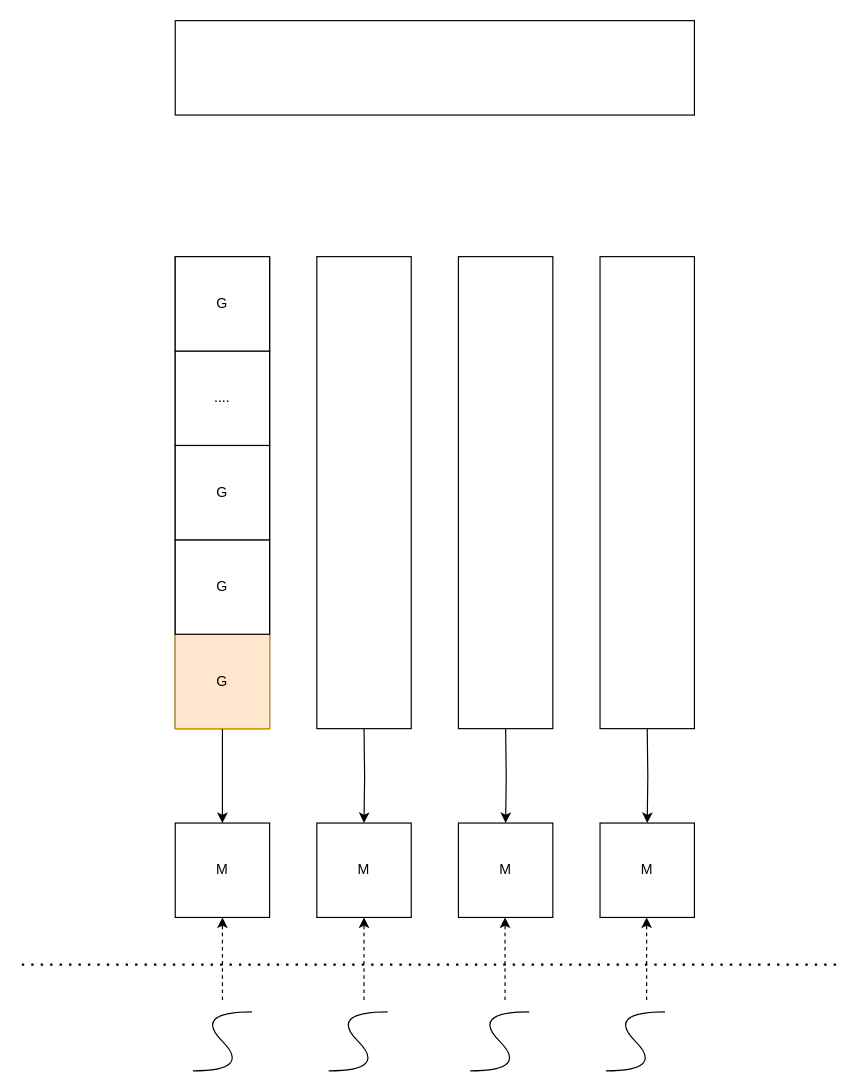
Above: page "gpm" (2 of 2) of go.drawio in lovercode/drawio (draw.io), before the change. Source tidied: cells renumbered, new cells numbered last; positions are measured from the earlier drawing's top-left corner, leaving out a move shared by most shapes. Both pictures are drawn from the tidied source at 118%, with x=0, y=0 at pixel (21, 20).
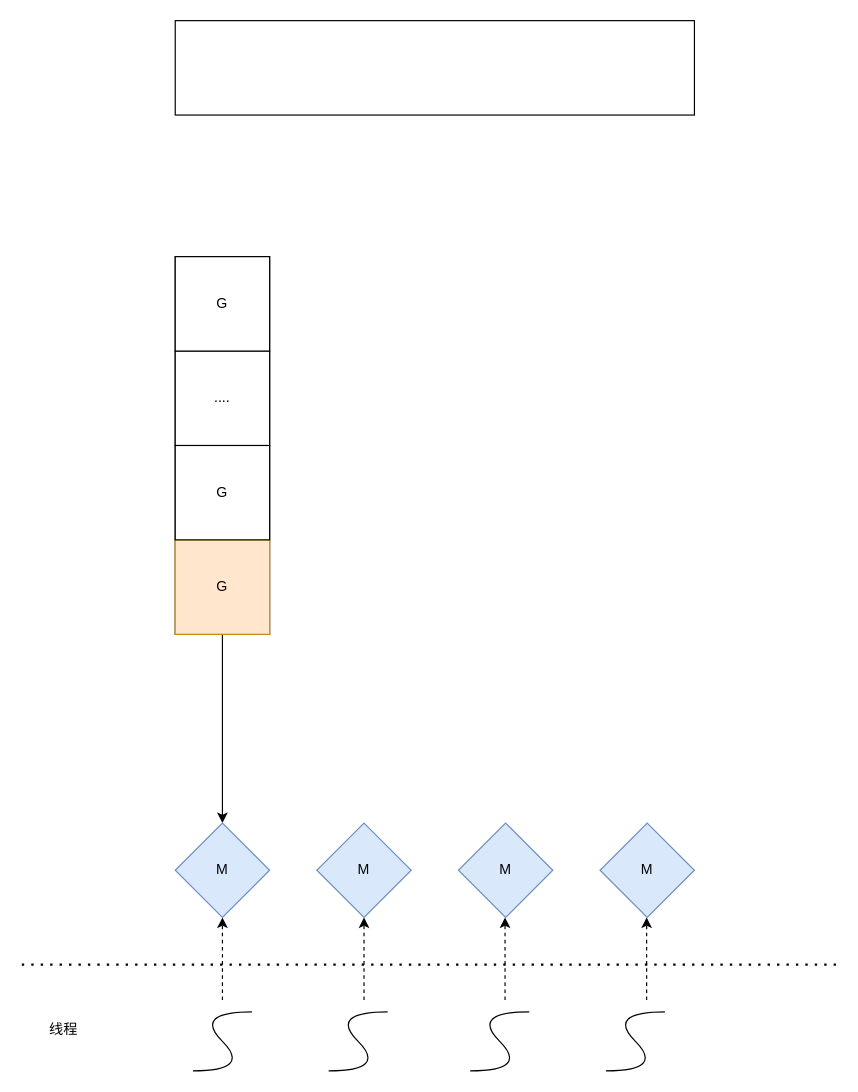
The same diagram, later.

Change to the diagram source:
```diff
@@
-    <mxCell id="2" value="M" style="rounded=0;whiteSpace=wrap;html=1;" parent="1" vertex="1">
-      <mxGeometry x="130" y="680" width="80" height="80" as="geometry" />
-    </mxCell>
-    <mxCell id="3" value="M" style="rounded=0;whiteSpace=wrap;html=1;" parent="1" vertex="1">
-      <mxGeometry x="250" y="680" width="80" height="80" as="geometry" />
-    </mxCell>
-    <mxCell id="4" value="M" style="rounded=0;whiteSpace=wrap;html=1;" parent="1" vertex="1">
-      <mxGeometry x="370" y="680" width="80" height="80" as="geometry" />
-    </mxCell>
-    <mxCell id="5" value="M" style="rounded=0;whiteSpace=wrap;html=1;" parent="1" vertex="1">
-      <mxGeometry x="490" y="680" width="80" height="80" as="geometry" />
-    </mxCell>
@@
     <mxCell id="7" style="rounded=0;whiteSpace=wrap;html=1;" parent="1" vertex="1">
-      <mxGeometry x="130" y="200" width="80" height="400" as="geometry" />
+      <mxGeometry x="130" y="200" width="80" height="320" as="geometry" />
     </mxCell>
-    <mxCell id="8" style="edgeStyle=orthogonalEdgeStyle;rounded=0;jettySize=auto;html=1;entryX=0.5;entryY=0;entryDx=0;entryDy=0;" parent="1" edge="1" source="9" target="2">
-      <mxGeometry relative="1" as="geometry" />
+    <mxCell id="8" style="edgeStyle=orthogonalEdgeStyle;rounded=0;jettySize=auto;html=1;entryX=0.5;entryY=0;entryDx=0;entryDy=0;" parent="1" edge="1" source="9">
+      <mxGeometry relative="1" as="geometry">
+        <mxPoint x="170" y="680" as="targetPoint" />
+      </mxGeometry>
     </mxCell>
     <mxCell id="9" value="G" style="rounded=0;whiteSpace=wrap;html=1;fillColor=#ffe6cc;strokeColor=#d79b00;" parent="1" vertex="1">
-      <mxGeometry x="130" y="520" width="80" height="80" as="geometry" />
+      <mxGeometry x="130" y="440" width="80" height="80" as="geometry" />
     </mxCell>
-    <mxCell id="10" value="G" style="rounded=0;whiteSpace=wrap;html=1;" parent="1" vertex="1">
-      <mxGeometry x="130" y="440" width="80" height="80" as="geometry" />
-    </mxCell>
@@
-    <mxCell id="14" style="rounded=0;whiteSpace=wrap;html=1;" parent="1" vertex="1">
-      <mxGeometry x="250" y="200" width="80" height="400" as="geometry" />
-    </mxCell>
-    <mxCell id="15" style="edgeStyle=orthogonalEdgeStyle;rounded=0;jettySize=auto;html=1;entryX=0.5;entryY=0;entryDx=0;entryDy=0;" parent="1" edge="1" target="3">
-      <mxGeometry relative="1" as="geometry">
-        <mxPoint x="290" y="600" as="sourcePoint" />
-      </mxGeometry>
-    </mxCell>
-    <mxCell id="16" style="rounded=0;whiteSpace=wrap;html=1;" parent="1" vertex="1">
-      <mxGeometry x="370" y="200" width="80" height="400" as="geometry" />
-    </mxCell>
-    <mxCell id="17" style="edgeStyle=orthogonalEdgeStyle;rounded=0;jettySize=auto;html=1;exitX=0.5;exitY=1;exitDx=0;exitDy=0;entryX=0.5;entryY=0;entryDx=0;entryDy=0;" parent="1" edge="1" target="4">
-      <mxGeometry relative="1" as="geometry">
-        <mxPoint x="410" y="600" as="sourcePoint" />
-      </mxGeometry>
-    </mxCell>
-    <mxCell id="18" style="rounded=0;whiteSpace=wrap;html=1;" parent="1" vertex="1">
-      <mxGeometry x="490" y="200" width="80" height="400" as="geometry" />
-    </mxCell>
-    <mxCell id="19" style="edgeStyle=orthogonalEdgeStyle;rounded=0;jettySize=auto;html=1;exitX=0.5;exitY=1;exitDx=0;exitDy=0;entryX=0.5;entryY=0;entryDx=0;entryDy=0;" parent="1" edge="1" target="5">
-      <mxGeometry relative="1" as="geometry">
-        <mxPoint x="530" y="600" as="sourcePoint" />
-      </mxGeometry>
-    </mxCell>
@@
-    <mxCell id="25" style="endArrow=classic;html=1;rounded=0;entryX=0.5;entryY=1;entryDx=0;entryDy=0;dashed=1;" parent="1" edge="1" target="2">
+    <mxCell id="25" style="endArrow=classic;html=1;rounded=0;entryX=0.5;entryY=1;entryDx=0;entryDy=0;dashed=1;" parent="1" edge="1">
       <mxGeometry relative="1" as="geometry">
         <mxPoint x="170" y="830" as="sourcePoint" />
+        <mxPoint x="170" y="760" as="targetPoint" />
       </mxGeometry>
     </mxCell>
@@
+    <mxCell id="29" value="线程" style="text;html=1;align=center;verticalAlign=middle;strokeColor=none;fillColor=none;" parent="1" vertex="1">
+      <mxGeometry x="10" y="840" width="50" height="30" as="geometry" />
+    </mxCell>
+    <mxCell id="30" value="M" style="rhombus;whiteSpace=wrap;html=1;fillColor=#dae8fc;strokeColor=#6c8ebf;" parent="1" vertex="1">
+      <mxGeometry x="130" y="680" width="80" height="80" as="geometry" />
+    </mxCell>
+    <mxCell id="31" value="M" style="rhombus;whiteSpace=wrap;html=1;fillColor=#dae8fc;strokeColor=#6c8ebf;" parent="1" vertex="1">
+      <mxGeometry x="250" y="680" width="80" height="80" as="geometry" />
+    </mxCell>
+    <mxCell id="32" value="M" style="rhombus;whiteSpace=wrap;html=1;fillColor=#dae8fc;strokeColor=#6c8ebf;" parent="1" vertex="1">
+      <mxGeometry x="370" y="680" width="80" height="80" as="geometry" />
+    </mxCell>
+    <mxCell id="33" value="M" style="rhombus;whiteSpace=wrap;html=1;fillColor=#dae8fc;strokeColor=#6c8ebf;" parent="1" vertex="1">
+      <mxGeometry x="490" y="680" width="80" height="80" as="geometry" />
+    </mxCell>
```
